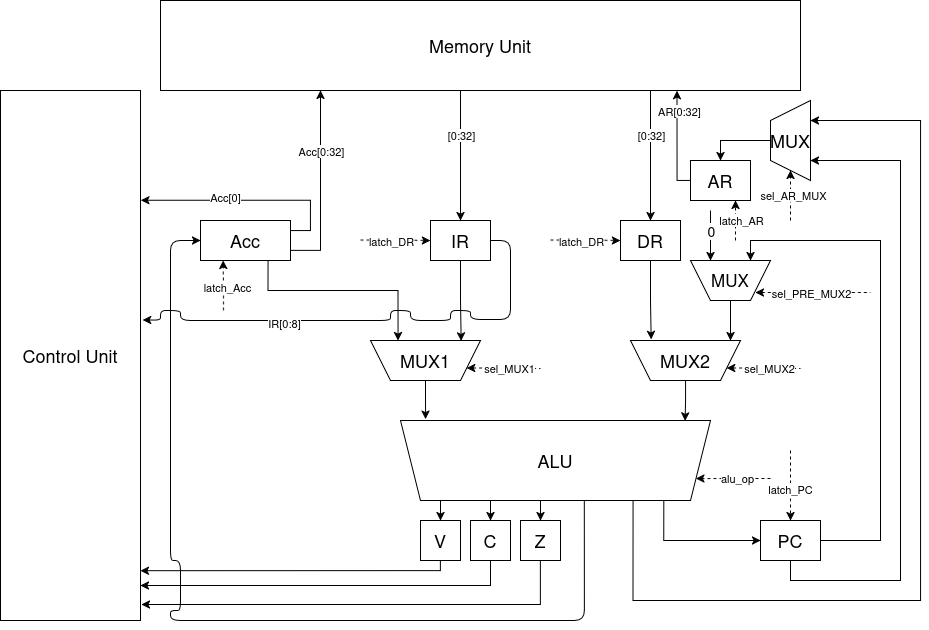
The draw.io diagram scheme/acc32new.drawio.png in vodobryshkin/CSA-Lab3, before a commit. Source tidied: cells renumbered, new cells last; positions are measured from the earlier drawing's top-left corner, leaving out a move shared by most shapes.
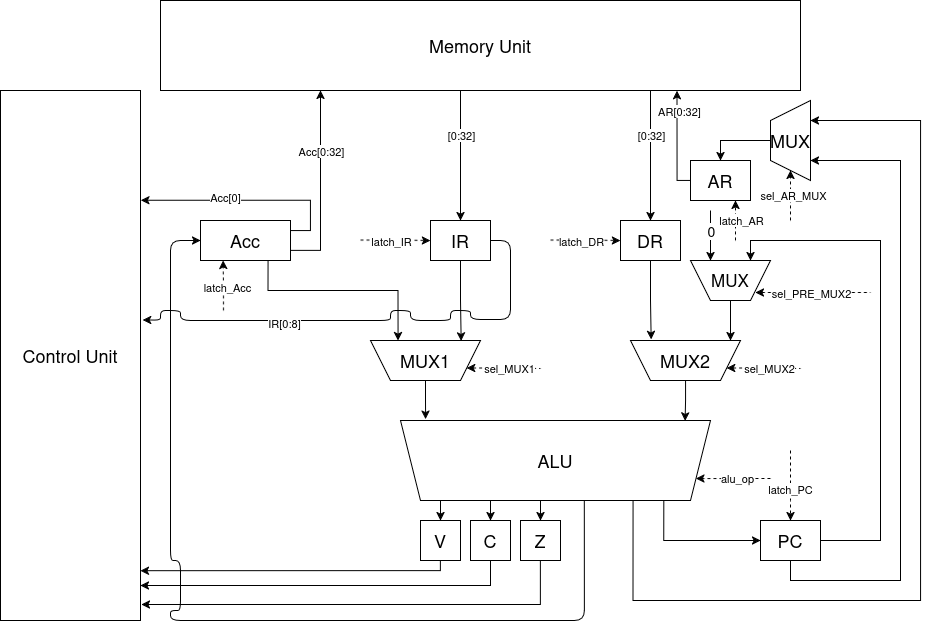
The same file after the commit.

Commit message:
пофиксил ошибку с названием latch'а

The edit, as a diff of the source:
```diff
@@ -113,7 +113,7 @@
         <mxPoint x="360" y="239.6" as="sourcePoint" />
       </mxGeometry>
     </mxCell>
-    <mxCell id="24" value="latch_DR" style="edgeLabel;html=1;align=center;verticalAlign=middle;" parent="23" vertex="1">
+    <mxCell id="24" value="latch_IR" style="edgeLabel;html=1;align=center;verticalAlign=middle;" parent="23" vertex="1">
       <mxGeometry x="0.04" y="-1" relative="1" as="geometry">
         <mxPoint x="-6" y="-1" as="offset" />
       </mxGeometry>
```
